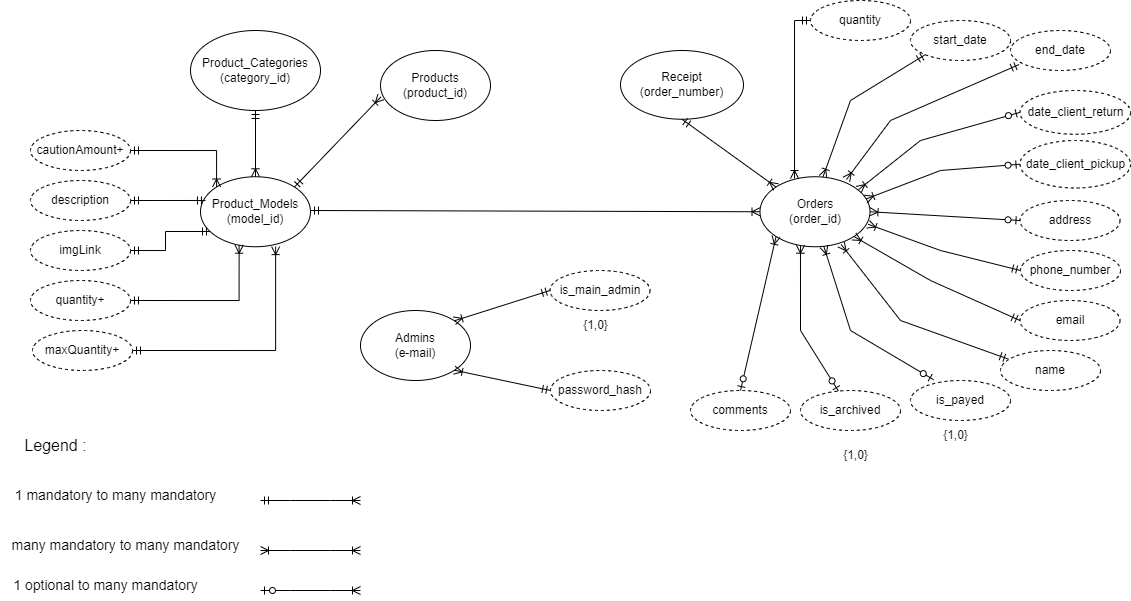
This is ORM.png from Emilevillette/LINFO1212-2022-12, a draw.io export, as it was before one commit. Source tidied: cells renumbered, new cells last; positions are measured from the earlier drawing's top-left corner, leaving out a move shared by most shapes.
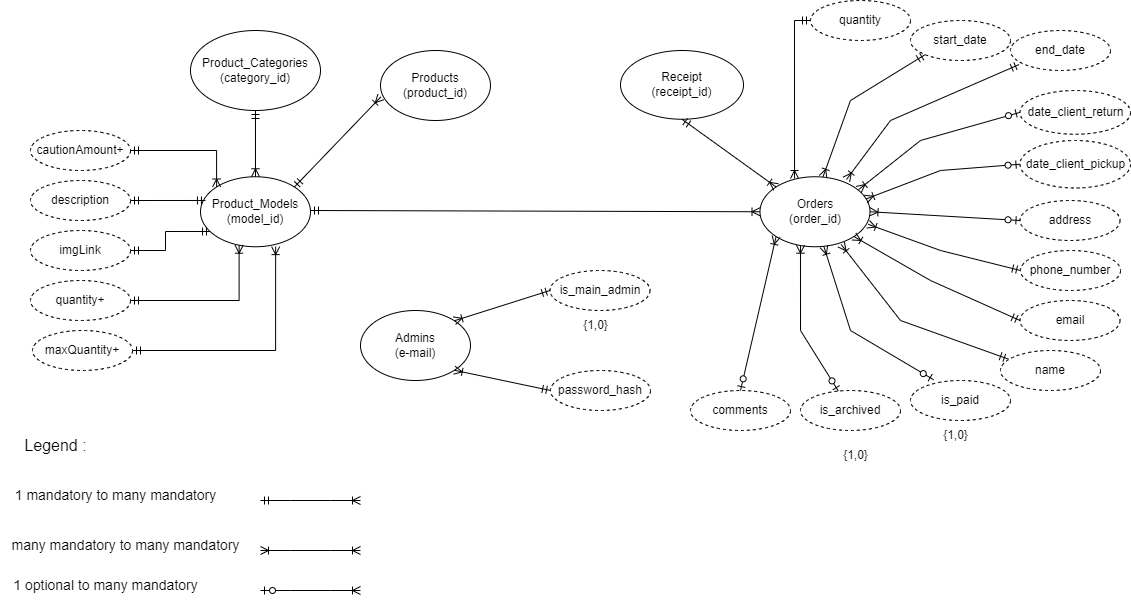
After the change.

Commit message:
Orm and mapping typo words changed

Change to the diagram source:
```diff
@@ -23,7 +23,7 @@
     <mxCell id="8" value="end_date" style="ellipse;whiteSpace=wrap;html=1;align=center;dashed=1;" parent="1" vertex="1">
       <mxGeometry x="1010" y="30" width="100" height="40" as="geometry" />
     </mxCell>
-    <mxCell id="9" value="is_payed" style="ellipse;whiteSpace=wrap;html=1;align=center;dashed=1;" parent="1" vertex="1">
+    <mxCell id="9" value="is_paid" style="ellipse;whiteSpace=wrap;html=1;align=center;dashed=1;" parent="1" vertex="1">
       <mxGeometry x="910" y="380" width="100" height="40" as="geometry" />
     </mxCell>
     <mxCell id="10" style="fontSize=12;html=1;endArrow=ERoneToMany;startArrow=ERmandOne;rounded=0;fontColor=none;entryX=1;entryY=1;entryDx=0;entryDy=0;exitX=0;exitY=0.5;exitDx=0;exitDy=0;" parent="1" edge="1" source="5" target="4">
@@ -92,7 +92,7 @@
         </Array>
       </mxGeometry>
     </mxCell>
-    <mxCell id="24" value="Receipt&lt;br&gt;(order_number)" style="ellipse;whiteSpace=wrap;html=1;align=center;" parent="1" vertex="1">
+    <mxCell id="24" value="Receipt&lt;br&gt;(receipt_id)" style="ellipse;whiteSpace=wrap;html=1;align=center;" parent="1" vertex="1">
       <mxGeometry x="620" y="50" width="123" height="68.8" as="geometry" />
     </mxCell>
     <mxCell id="25" value="is_archived" style="ellipse;whiteSpace=wrap;html=1;align=center;dashed=1;" parent="1" vertex="1">
```
